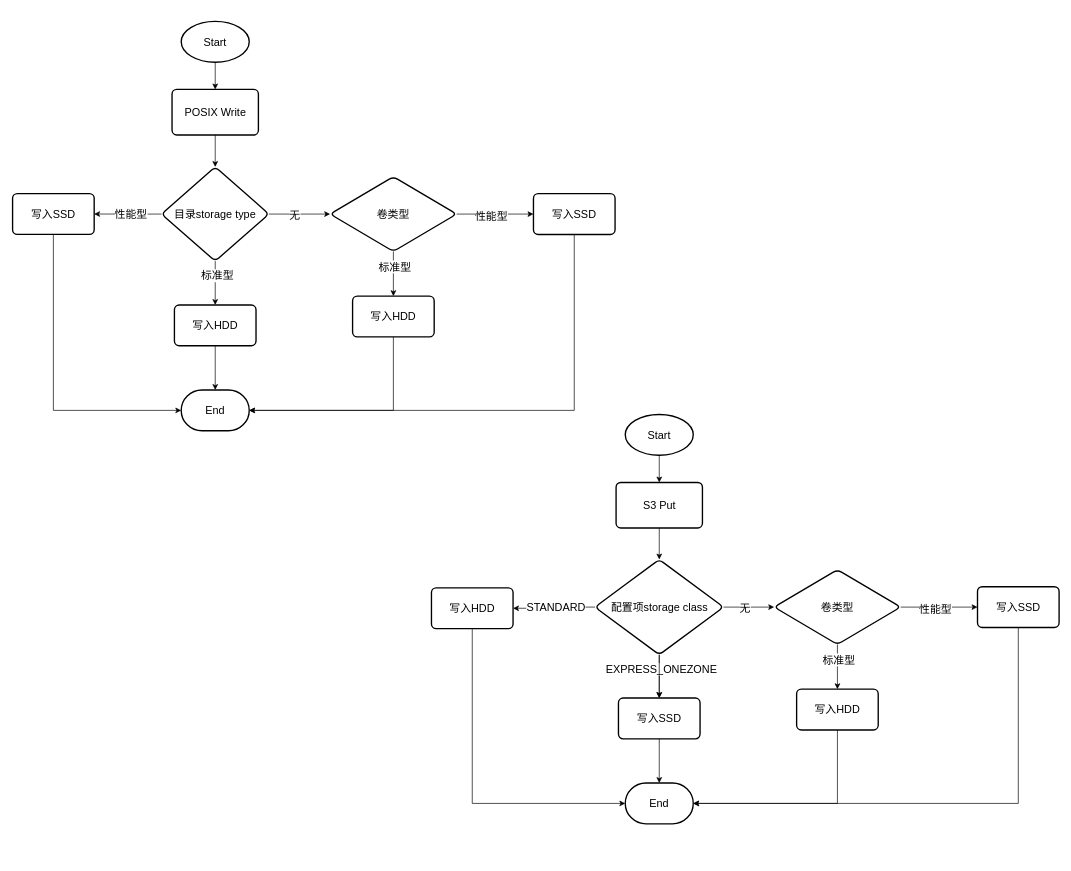
The draw.io diagram tiered storage.drawio in ydh12356890/DiDiDraw, before the edit. Source tidied: cells renumbered, new cells numbered last; positions are measured from the earlier drawing's top-left corner, leaving out a move shared by most shapes. Both pictures are drawn from the tidied source at 68%, with x=0, y=0 at pixel (12, 21).
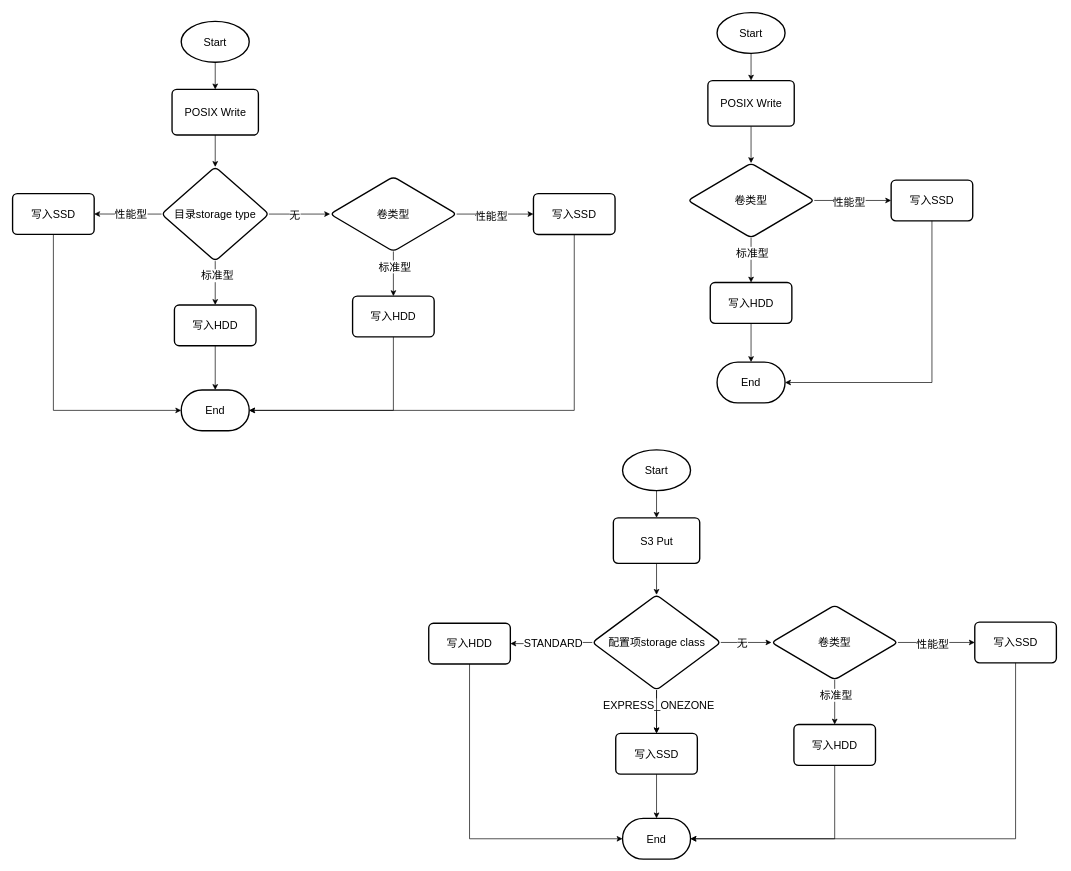
After the change.

Diff of the diagram source:
```diff
@@
     <mxCell id="27" value="End" style="strokeWidth=2;html=1;shape=mxgraph.flowchart.terminator;whiteSpace=wrap;fontSize=16;" parent="1" vertex="1">
-      <mxGeometry x="901" y="1120" width="100" height="60" as="geometry" />
+      <mxGeometry x="897" y="1172" width="100" height="60" as="geometry" />
     </mxCell>
@@
     <mxCell id="29" value="Start" style="strokeWidth=2;html=1;shape=mxgraph.flowchart.start_1;whiteSpace=wrap;fontSize=16;" parent="1" vertex="1">
-      <mxGeometry x="901" y="578" width="100" height="60" as="geometry" />
+      <mxGeometry x="897" y="630" width="100" height="60" as="geometry" />
     </mxCell>
@@
     <mxCell id="31" value="S3 Put" style="rounded=1;whiteSpace=wrap;html=1;absoluteArcSize=1;arcSize=14;strokeWidth=2;fontSize=16;" parent="1" vertex="1">
-      <mxGeometry x="887.5" y="678" width="127" height="67" as="geometry" />
+      <mxGeometry x="883.5" y="730" width="127" height="67" as="geometry" />
     </mxCell>
@@
     <mxCell id="39" value="配置项storage class" style="rhombus;whiteSpace=wrap;html=1;rounded=1;absoluteArcSize=1;arcSize=14;strokeWidth=2;fontSize=16;" parent="1" vertex="1">
-      <mxGeometry x="856.5" y="791.3" width="189" height="140" as="geometry" />
+      <mxGeometry x="852.5" y="843.3" width="189" height="140" as="geometry" />
     </mxCell>
     <mxCell id="40" value="写入SSD" style="whiteSpace=wrap;html=1;fontSize=16;rounded=1;absoluteArcSize=1;arcSize=14;strokeWidth=2;" parent="1" vertex="1">
-      <mxGeometry x="891" y="995" width="120" height="60" as="geometry" />
+      <mxGeometry x="887" y="1047" width="120" height="60" as="geometry" />
     </mxCell>
     <mxCell id="41" value="写入HDD" style="whiteSpace=wrap;html=1;fontSize=16;rounded=1;absoluteArcSize=1;arcSize=14;strokeWidth=2;" parent="1" vertex="1">
-      <mxGeometry x="616" y="833" width="120" height="60" as="geometry" />
+      <mxGeometry x="612" y="885" width="120" height="60" as="geometry" />
     </mxCell>
@@
     <mxCell id="48" value="卷类型" style="rhombus;whiteSpace=wrap;html=1;fontSize=16;rounded=1;absoluteArcSize=1;arcSize=14;strokeWidth=2;" parent="1" vertex="1">
-      <mxGeometry x="1120" y="806.4" width="186" height="109.8" as="geometry" />
+      <mxGeometry x="1116" y="858.4" width="186" height="109.8" as="geometry" />
     </mxCell>
     <mxCell id="49" value="写入HDD" style="whiteSpace=wrap;html=1;fontSize=16;rounded=1;absoluteArcSize=1;arcSize=14;strokeWidth=2;" parent="1" vertex="1">
-      <mxGeometry x="1153" y="982" width="120" height="60" as="geometry" />
+      <mxGeometry x="1149" y="1034" width="120" height="60" as="geometry" />
     </mxCell>
     <mxCell id="50" value="写入SSD" style="whiteSpace=wrap;html=1;fontSize=16;rounded=1;absoluteArcSize=1;arcSize=14;strokeWidth=2;" parent="1" vertex="1">
-      <mxGeometry x="1419" y="831.3" width="120" height="60" as="geometry" />
+      <mxGeometry x="1415" y="883.3" width="120" height="60" as="geometry" />
     </mxCell>
@@
+    <mxCell id="53" value="End" style="strokeWidth=2;html=1;shape=mxgraph.flowchart.terminator;whiteSpace=wrap;fontSize=16;" parent="1" vertex="1">
+      <mxGeometry x="1036" y="501" width="100" height="60" as="geometry" />
+    </mxCell>
+    <mxCell id="54" style="edgeStyle=orthogonalEdgeStyle;rounded=0;jettySize=auto;html=1;exitX=0.5;exitY=1;exitDx=0;exitDy=0;exitPerimeter=0;entryX=0.5;entryY=0;entryDx=0;entryDy=0;fontSize=16;" parent="1" edge="1" source="55" target="57">
+      <mxGeometry relative="1" as="geometry" />
+    </mxCell>
+    <mxCell id="55" value="Start" style="strokeWidth=2;html=1;shape=mxgraph.flowchart.start_1;whiteSpace=wrap;fontSize=16;" parent="1" vertex="1">
+      <mxGeometry x="1036" y="-13" width="100" height="60" as="geometry" />
+    </mxCell>
+    <mxCell id="56" style="edgeStyle=orthogonalEdgeStyle;rounded=0;jettySize=auto;html=1;fontSize=16;entryX=0.5;entryY=0;entryDx=0;entryDy=0;" parent="1" edge="1" source="57" target="62">
+      <mxGeometry relative="1" as="geometry" />
+    </mxCell>
+    <mxCell id="57" value="POSIX Write" style="rounded=1;whiteSpace=wrap;html=1;absoluteArcSize=1;arcSize=14;strokeWidth=2;fontSize=16;" parent="1" vertex="1">
+      <mxGeometry x="1022.5" y="87" width="127" height="67" as="geometry" />
+    </mxCell>
+    <mxCell id="58" style="edgeStyle=orthogonalEdgeStyle;rounded=0;jettySize=auto;html=1;fontSize=16;" parent="1" edge="1" source="62" target="63">
+      <mxGeometry relative="1" as="geometry" />
+    </mxCell>
+    <mxCell id="59" value="标准型" style="edgeLabel;html=1;align=center;verticalAlign=middle;fontSize=16;" parent="58" vertex="1">
+      <mxGeometry x="-0.32" y="1" relative="1" as="geometry" />
+    </mxCell>
+    <mxCell id="60" style="edgeStyle=orthogonalEdgeStyle;rounded=0;jettySize=auto;html=1;fontSize=16;" parent="1" edge="1" source="62" target="64">
+      <mxGeometry relative="1" as="geometry" />
+    </mxCell>
+    <mxCell id="61" value="性能型" style="edgeLabel;html=1;align=center;verticalAlign=middle;fontSize=16;" parent="60" vertex="1">
+      <mxGeometry x="-0.11" y="-2" relative="1" as="geometry" />
+    </mxCell>
+    <mxCell id="62" value="卷类型" style="rhombus;whiteSpace=wrap;html=1;fontSize=16;rounded=1;absoluteArcSize=1;arcSize=14;strokeWidth=2;" parent="1" vertex="1">
+      <mxGeometry x="993" y="208.4" width="186" height="109.8" as="geometry" />
+    </mxCell>
+    <mxCell id="63" value="写入HDD" style="whiteSpace=wrap;html=1;fontSize=16;rounded=1;absoluteArcSize=1;arcSize=14;strokeWidth=2;" parent="1" vertex="1">
+      <mxGeometry x="1026" y="384" width="120" height="60" as="geometry" />
+    </mxCell>
+    <mxCell id="64" value="写入SSD" style="whiteSpace=wrap;html=1;fontSize=16;rounded=1;absoluteArcSize=1;arcSize=14;strokeWidth=2;" parent="1" vertex="1">
+      <mxGeometry x="1292" y="233.3" width="120" height="60" as="geometry" />
+    </mxCell>
+    <mxCell id="65" style="edgeStyle=orthogonalEdgeStyle;rounded=0;jettySize=auto;html=1;exitX=0.5;exitY=1;exitDx=0;exitDy=0;entryX=1;entryY=0.5;entryDx=0;entryDy=0;entryPerimeter=0;fontSize=16;" parent="1" edge="1" source="64" target="53">
+      <mxGeometry relative="1" as="geometry" />
+    </mxCell>
+    <mxCell id="66" style="edgeStyle=orthogonalEdgeStyle;rounded=0;jettySize=auto;html=1;exitX=0.5;exitY=1;exitDx=0;exitDy=0;entryX=0.5;entryY=0;entryDx=0;entryDy=0;entryPerimeter=0;" parent="1" edge="1" source="63" target="53">
+      <mxGeometry relative="1" as="geometry" />
+    </mxCell>
```
